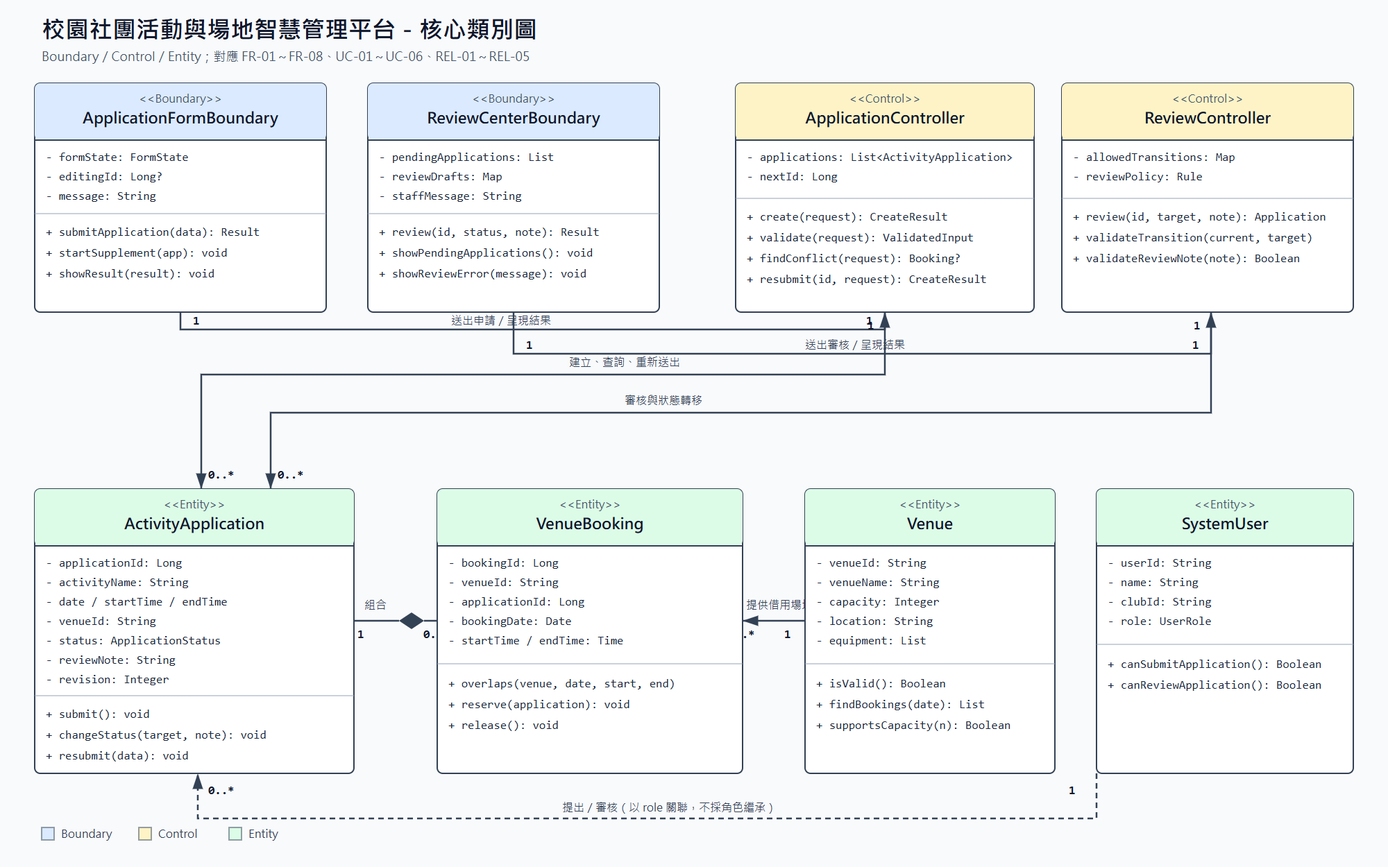
The Mermaid diagram 0727_Object_Oriented_Analysis/class_diagram.png in 412638123/TKU_114-3_SAD_Group05, before a commit. Its source is kept beside it as 0727_Object_Oriented_Analysis/class_diagram_source/class_diagram.mmd.
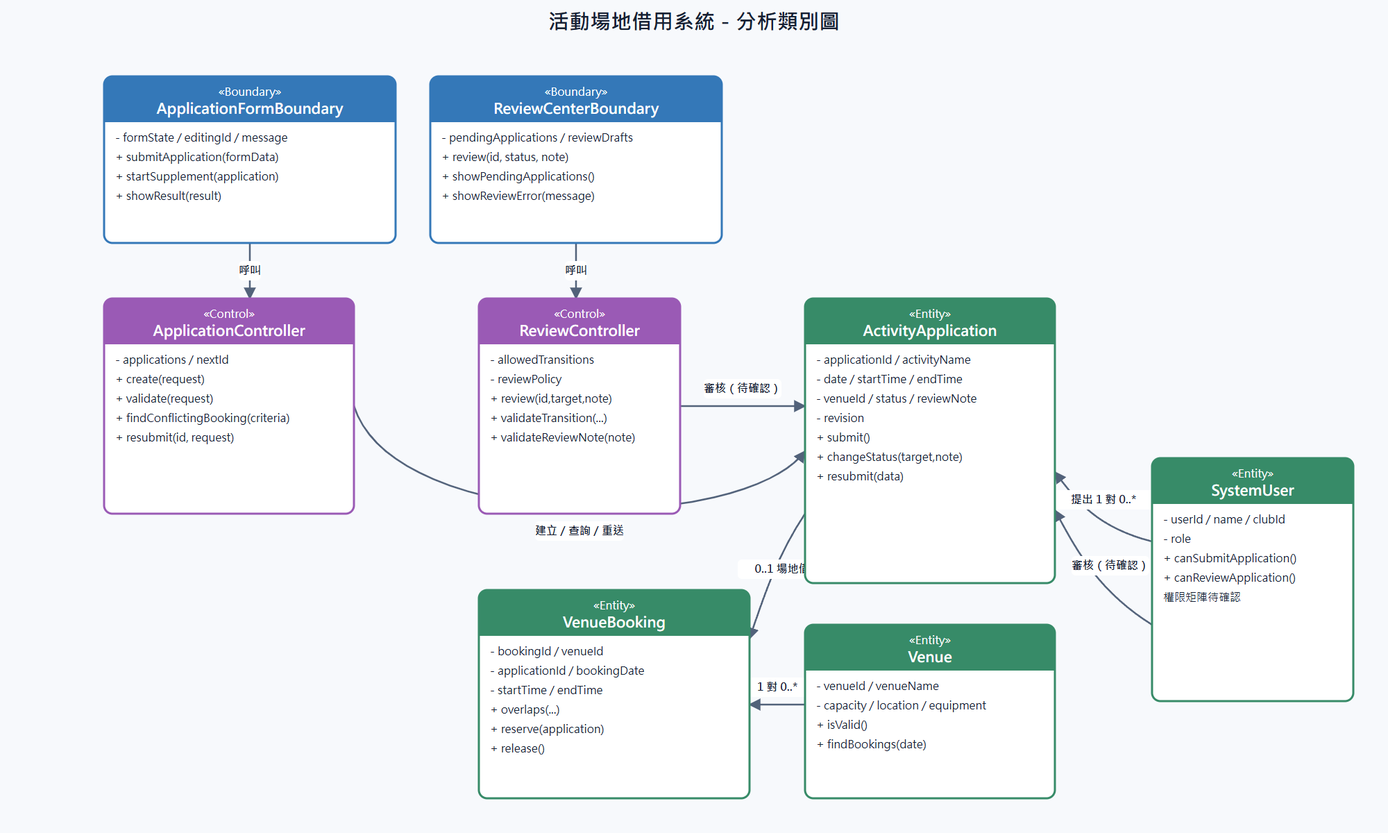
Above is the later version.

What changed in the source:
```diff
@@ -27,7 +27,7 @@
   -Long nextId
   +create(request) CreateResult
   +validate(request) ValidatedInput
-  +findConflict(request) VenueBooking
+  +findConflictingBooking(criteria) VenueBooking
   +resubmit(id, request) CreateResult
 }
 
@@ -78,7 +78,6 @@
   -List equipment
   +isValid() Boolean
   +findBookings(date) List~VenueBooking~
-  +supportsCapacity(number) Boolean
 }
 
 class SystemUser {
@@ -95,6 +94,7 @@
 ReviewCenterBoundary "1" --> "1" ReviewController : 送出審核／呈現結果
 ApplicationController "1" --> "0..*" ActivityApplication : 建立／查詢／重新送出
 ReviewController "1" --> "0..*" ActivityApplication : 審核／狀態轉移
-ActivityApplication "1" *-- "0..1" VenueBooking : 組合
+ActivityApplication "1" --> "0..1" VenueBooking : 對應場地借用
 Venue "1" --> "0..*" VenueBooking : 提供借用場地
-SystemUser "1" ..> "0..*" ActivityApplication : 以 role 提出或審核
+SystemUser "1" --> "0..*" ActivityApplication : 提出
+SystemUser "0..1" --> "0..*" ActivityApplication : 審核（FR-08 待確認）
```
